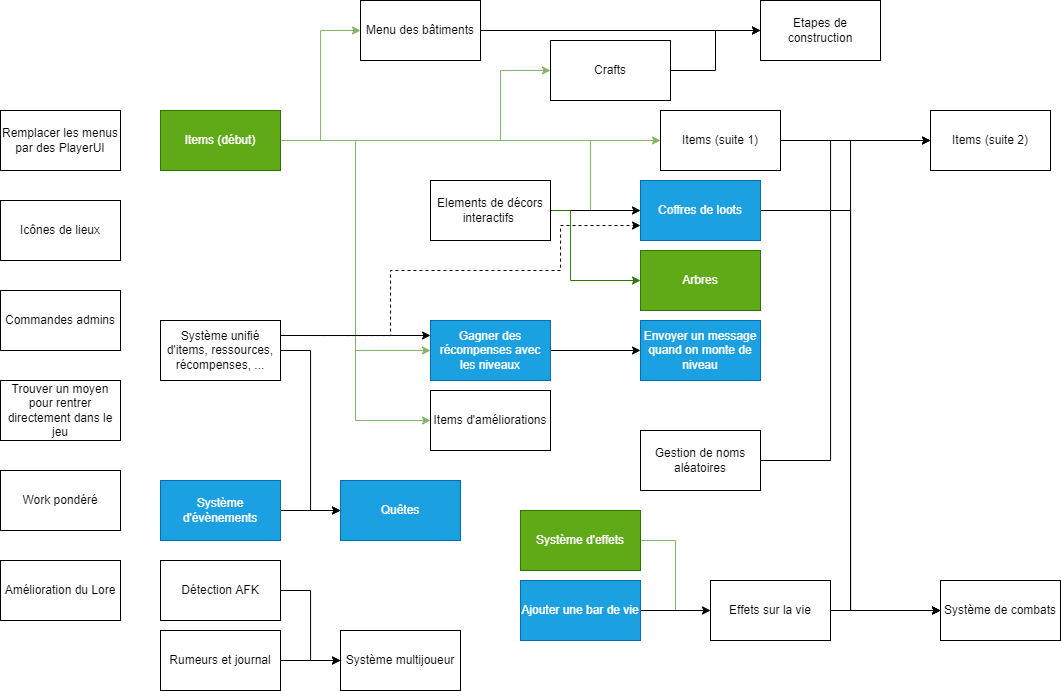
This is todo_graph.png from Alexiscomete/A-Discord-Adventure, a draw.io export, as it was before one commit. Source tidied: cells renumbered, new cells last; positions are measured from the earlier drawing's top-left corner, leaving out a move shared by most shapes.
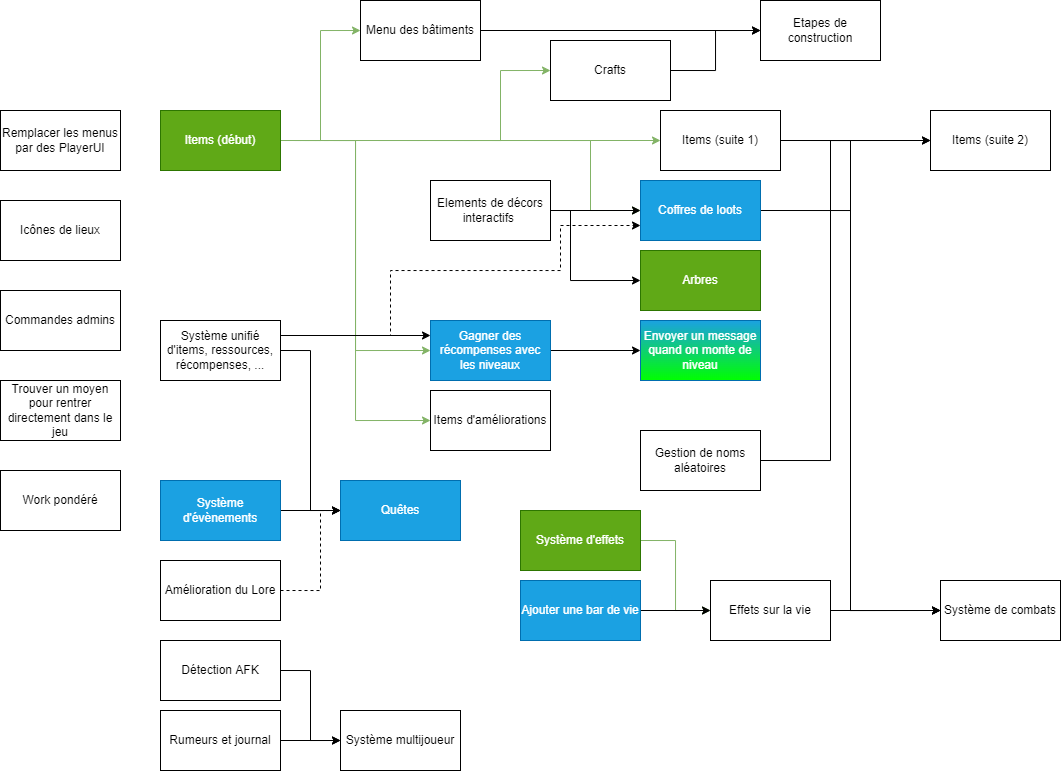
After the change.

The edit, as a diff of the source:
```diff
@@ -45,7 +45,7 @@
     <mxCell id="12" style="edgeStyle=orthogonalEdgeStyle;rounded=0;jettySize=auto;html=1;exitX=1;exitY=0.5;exitDx=0;exitDy=0;" parent="1" edge="1" source="14" target="16">
       <mxGeometry relative="1" as="geometry" />
     </mxCell>
-    <mxCell id="13" style="edgeStyle=orthogonalEdgeStyle;rounded=0;jettySize=auto;html=1;exitX=1;exitY=0.5;exitDx=0;exitDy=0;entryX=0;entryY=0.5;entryDx=0;entryDy=0;fillColor=#60a917;strokeColor=#2D7600;" parent="1" edge="1" source="14" target="47">
+    <mxCell id="13" style="edgeStyle=orthogonalEdgeStyle;rounded=0;jettySize=auto;html=1;exitX=1;exitY=0.5;exitDx=0;exitDy=0;entryX=0;entryY=0.5;entryDx=0;entryDy=0;" parent="1" edge="1" source="14" target="47">
       <mxGeometry relative="1" as="geometry">
         <Array as="points">
           <mxPoint x="570" y="210" />
@@ -137,7 +137,7 @@
     <mxCell id="36" value="Gagner des récompenses avec les niveaux" style="whiteSpace=wrap;html=1;fillColor=#1ba1e2;strokeColor=#006EAF;fontColor=#ffffff;" parent="1" vertex="1">
       <mxGeometry x="430" y="320" width="120" height="60" as="geometry" />
     </mxCell>
-    <mxCell id="37" value="Envoyer un message quand on monte de niveau" style="whiteSpace=wrap;html=1;fillColor=#1ba1e2;strokeColor=#006EAF;fontColor=#ffffff;" parent="1" vertex="1">
+    <mxCell id="37" value="Envoyer un message quand on monte de niveau" style="whiteSpace=wrap;html=1;fillColor=#1ba1e2;strokeColor=#006EAF;fontColor=#ffffff;gradientColor=#00FF00;" parent="1" vertex="1">
       <mxGeometry x="640" y="320" width="120" height="60" as="geometry" />
     </mxCell>
     <mxCell id="38" value="Commandes admins" style="whiteSpace=wrap;html=1;" parent="1" vertex="1">
@@ -156,16 +156,16 @@
       <mxGeometry relative="1" as="geometry" />
     </mxCell>
     <mxCell id="43" value="Détection AFK" style="whiteSpace=wrap;html=1;" parent="1" vertex="1">
-      <mxGeometry x="160" y="560" width="120" height="60" as="geometry" />
+      <mxGeometry x="160" y="640" width="120" height="60" as="geometry" />
     </mxCell>
     <mxCell id="44" style="edgeStyle=orthogonalEdgeStyle;rounded=0;jettySize=auto;html=1;exitX=1;exitY=0.5;exitDx=0;exitDy=0;entryX=0;entryY=0.5;entryDx=0;entryDy=0;" parent="1" edge="1" source="45" target="46">
       <mxGeometry relative="1" as="geometry" />
     </mxCell>
     <mxCell id="45" value="Rumeurs et journal" style="whiteSpace=wrap;html=1;" parent="1" vertex="1">
-      <mxGeometry x="160" y="630" width="120" height="60" as="geometry" />
+      <mxGeometry x="160" y="710" width="120" height="60" as="geometry" />
     </mxCell>
     <mxCell id="46" value="Système multijoueur" style="whiteSpace=wrap;html=1;" parent="1" vertex="1">
-      <mxGeometry x="340" y="630" width="120" height="60" as="geometry" />
+      <mxGeometry x="340" y="710" width="120" height="60" as="geometry" />
     </mxCell>
     <mxCell id="47" value="Arbres" style="whiteSpace=wrap;html=1;fillColor=#60a917;fontColor=#ffffff;strokeColor=#2D7600;" parent="1" vertex="1">
       <mxGeometry x="640" y="250" width="120" height="60" as="geometry" />
@@ -173,8 +173,16 @@
     <mxCell id="48" value="Work pondéré" style="whiteSpace=wrap;html=1;" parent="1" vertex="1">
       <mxGeometry y="470" width="120" height="60" as="geometry" />
     </mxCell>
+    <mxCell id="55" style="edgeStyle=orthogonalEdgeStyle;rounded=0;jettySize=auto;html=1;exitX=1;exitY=0.5;exitDx=0;exitDy=0;entryX=0;entryY=0.5;entryDx=0;entryDy=0;dashed=1;" parent="1" edge="1" source="49" target="50">
+      <mxGeometry relative="1" as="geometry">
+        <Array as="points">
+          <mxPoint x="320" y="590" />
+          <mxPoint x="320" y="510" />
+        </Array>
+      </mxGeometry>
+    </mxCell>
     <mxCell id="49" value="Amélioration du Lore" style="whiteSpace=wrap;html=1;" parent="1" vertex="1">
-      <mxGeometry y="560" width="120" height="60" as="geometry" />
+      <mxGeometry x="160" y="560" width="120" height="60" as="geometry" />
     </mxCell>
     <mxCell id="50" value="Quêtes" style="whiteSpace=wrap;html=1;fillColor=#1ba1e2;strokeColor=#006EAF;fontColor=#ffffff;" parent="1" vertex="1">
       <mxGeometry x="340" y="480" width="120" height="60" as="geometry" />
```
